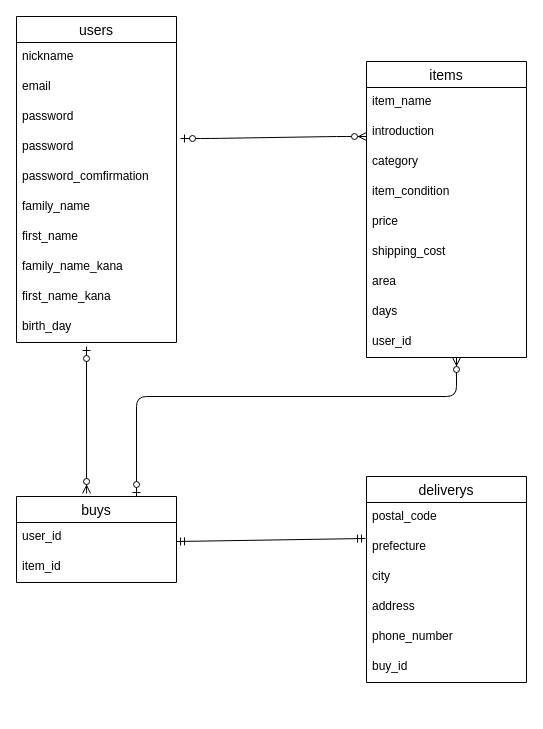
The draw.io diagram furima.dio in syousyuukoriki/furima-31167, before the edit. Source tidied: cells renumbered, new cells numbered last; positions are measured from the earlier drawing's top-left corner, leaving out a move shared by most shapes. Both pictures are drawn from the tidied source at 100%, with x=0, y=0 at pixel (16, 16).
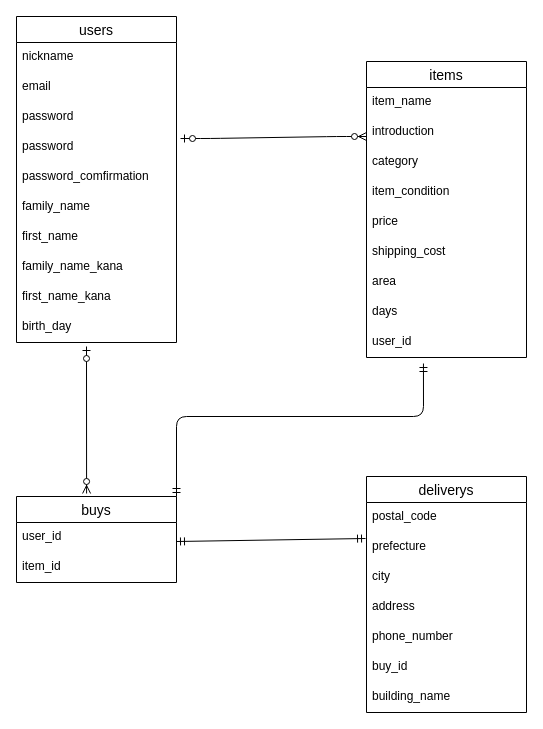
Above is the later version.

Commit message (it also covers changes not shown here):
ER図とREADMEの修正

The change refers to these unchanged cells:
```xml
<mxCell id="22" value="user_id" style="text;strokeColor=none;fillColor=none;spacingLeft=4;spacingRight=4;overflow=hidden;points=[[0,0.5],[1,0.5]];portConstraint=eastwest;fontSize=12;" parent="13" vertex="1">
  <mxGeometry y="266" width="160" height="30" as="geometry" />
</mxCell>
<mxCell id="32" value="buys" style="swimlane;fontStyle=0;horizontal=1;startSize=26;align=center;fontSize=14;" parent="1" vertex="1">
  <mxGeometry y="480" width="160" height="86" as="geometry" />
</mxCell>
```

Diff of the diagram source:
```diff
@@
     <mxCell id="24" value="deliverys" style="swimlane;fontStyle=0;horizontal=1;startSize=26;align=center;fontSize=14;" parent="1" vertex="1">
-      <mxGeometry x="350" y="460" width="160" height="206" as="geometry" />
+      <mxGeometry x="350" y="460" width="160" height="236" as="geometry" />
     </mxCell>
@@
+    <mxCell id="37" value="building_name" style="text;strokeColor=none;fillColor=none;spacingLeft=4;spacingRight=4;overflow=hidden;fontSize=12;" parent="24" vertex="1">
+      <mxGeometry y="206" width="160" height="30" as="geometry" />
+    </mxCell>
@@
-    <mxCell id="36" style="edgeStyle=orthogonalEdgeStyle;fontSize=12;html=1;endArrow=ERzeroToMany;startArrow=ERzeroToOne;exitX=0.75;exitY=0;exitDx=0;exitDy=0;" parent="1" edge="1" source="32">
-      <mxGeometry relative="1" as="geometry">
-        <mxPoint x="440" y="341" as="targetPoint" />
-        <Array as="points">
-          <mxPoint x="120" y="380" />
-          <mxPoint x="440" y="380" />
-        </Array>
-      </mxGeometry>
-    </mxCell>
+    <mxCell id="38" style="edgeStyle=orthogonalEdgeStyle;fontSize=12;html=1;endArrow=ERmandOne;startArrow=ERmandOne;exitX=1;exitY=0;exitDx=0;exitDy=0;entryX=0.356;entryY=1.2;entryDx=0;entryDy=0;entryPerimeter=0;" parent="1" edge="1" source="32" target="22">
+      <mxGeometry relative="1" as="geometry">
+        <Array as="points">
+          <mxPoint x="160" y="400" />
+          <mxPoint x="407" y="400" />
+        </Array>
+      </mxGeometry>
+    </mxCell>
```
